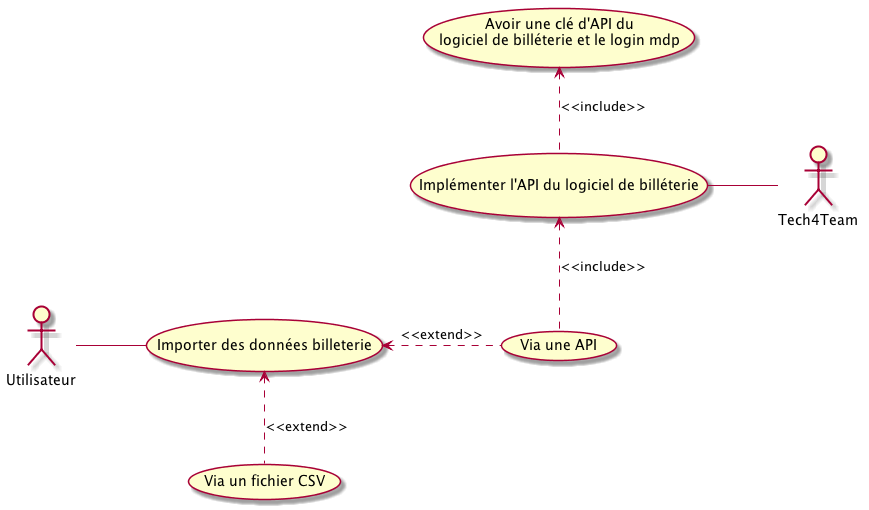
This is Images/arenapricing-use-case.png from ludovicl/utbm-st50-rapport, a PlantUML export, as it was before one commit.
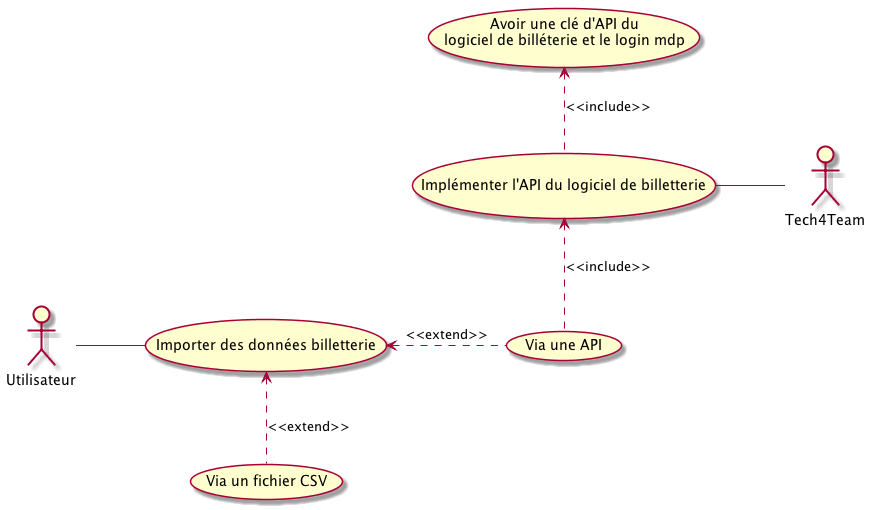
The same file after the commit.

Diff of the diagram source:
```diff
@@ -1,8 +1,8 @@
 @startuml
-(Importer des données billeterie) <.down. (Via un fichier CSV): <<extend>>
-(Importer des données billeterie) <. (Via une API) : <<extend>>
-(Via une API) .up.> (Implémenter l'API du logiciel de billéterie) : <<include>>
-:Tech4Team: -left- (Implémenter l'API du logiciel de billéterie)
-(Implémenter l'API du logiciel de billéterie) .up.> (Avoir une clé d'API du \n logiciel de billéterie et le login mdp) : <<include>>
-:Utilisateur: - (Importer des données billeterie)
+(Importer des données billetterie) <.down. (Via un fichier CSV): <<extend>>
+(Importer des données billetterie) <. (Via une API) : <<extend>>
+(Via une API) .up.> (Implémenter l'API du logiciel de billetterie) : <<include>>
+:Tech4Team: -left- (Implémenter l'API du logiciel de billetterie)
+(Implémenter l'API du logiciel de billetterie) .up.> (Avoir une clé d'API du \n logiciel de billéterie et le login mdp) : <<include>>
+:Utilisateur: - (Importer des données billetterie)
 @enduml
```
